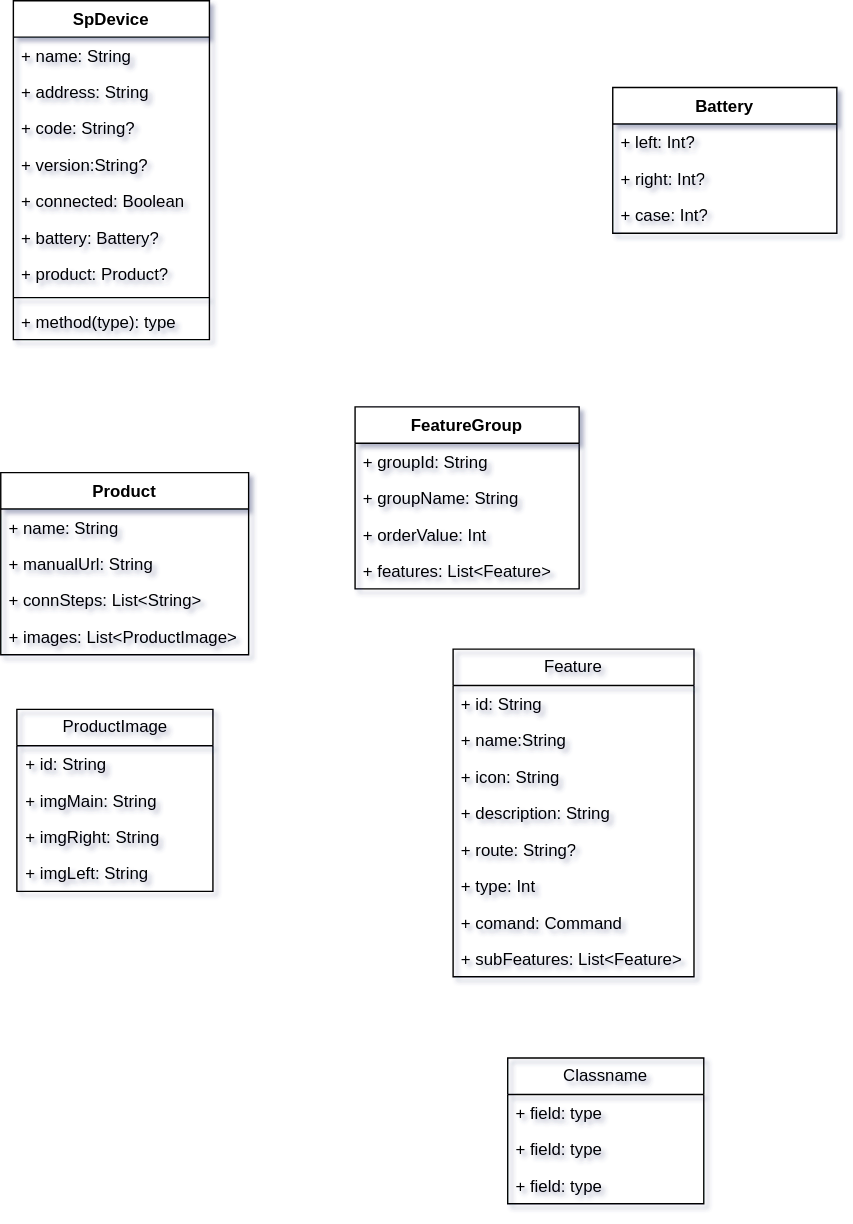
Earlier version of the draw.io export 未命名绘图.drawio.svg (kekemao00/draw-libs). Source tidied: cells renumbered, new cells last; positions are measured from the earlier drawing's top-left corner, leaving out a move shared by most shapes.
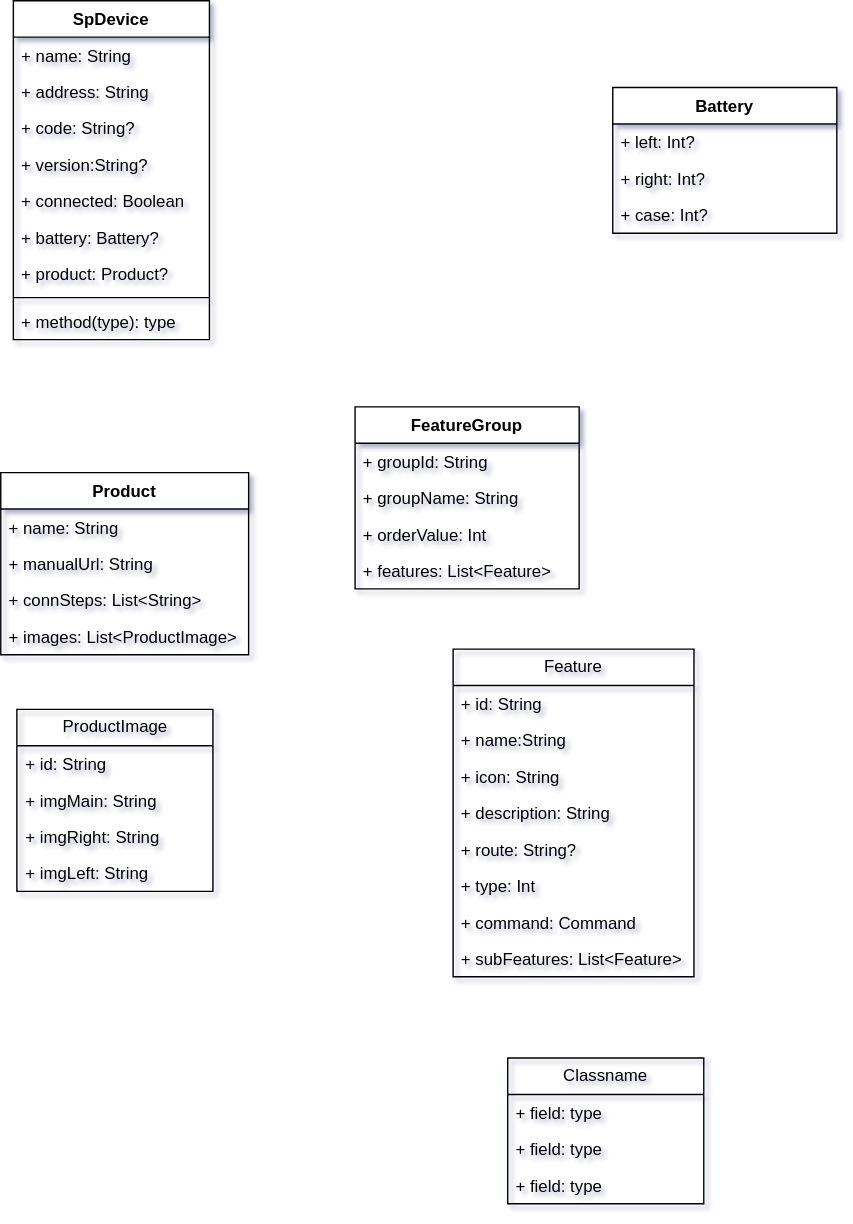
The same diagram one commit later.

Commit message:
更新未命名绘图.drawio.svg

What changed in the source:
```diff
@@ -110,7 +110,7 @@
     <mxCell id="37" value="+ type: Int" style="text;strokeColor=none;fillColor=none;align=left;verticalAlign=top;spacingLeft=4;spacingRight=4;overflow=hidden;whiteSpace=wrap;html=1;" parent="31" vertex="1">
       <mxGeometry y="156" width="172" height="26" as="geometry" />
     </mxCell>
-    <mxCell id="38" value="+ comand: Command" style="text;strokeColor=none;fillColor=none;align=left;verticalAlign=top;spacingLeft=4;spacingRight=4;overflow=hidden;whiteSpace=wrap;html=1;" parent="31" vertex="1">
+    <mxCell id="38" value="+ command: Command" style="text;strokeColor=none;fillColor=none;align=left;verticalAlign=top;spacingLeft=4;spacingRight=4;overflow=hidden;whiteSpace=wrap;html=1;" parent="31" vertex="1">
       <mxGeometry y="182" width="172" height="26" as="geometry" />
     </mxCell>
     <mxCell id="39" value="+ subFeatures: List&amp;lt;Feature&amp;gt;" style="text;strokeColor=none;fillColor=none;align=left;verticalAlign=top;spacingLeft=4;spacingRight=4;overflow=hidden;whiteSpace=wrap;html=1;" parent="31" vertex="1">
```
